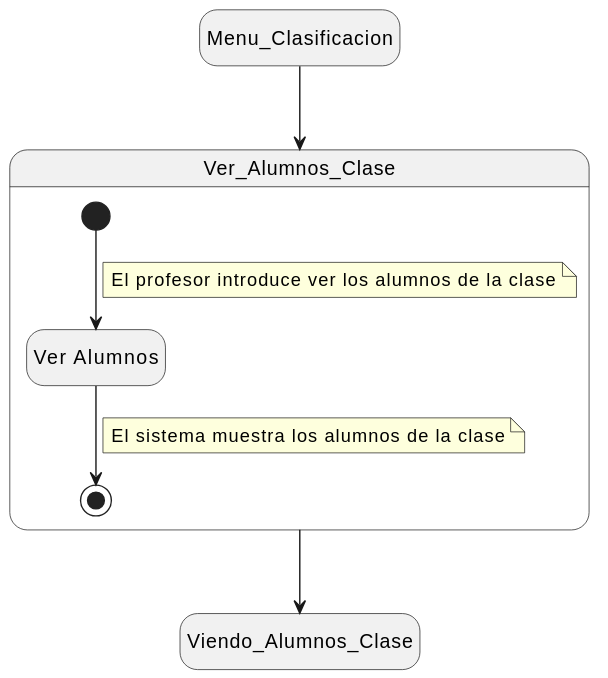
This is Documentos/Imagenes/DetallarCasosDeUso/Profesor/Ver_Alumnos_Clase.svg from mmasias/24-25-IdSw1-SDR, a PlantUML export, as it was before one commit.
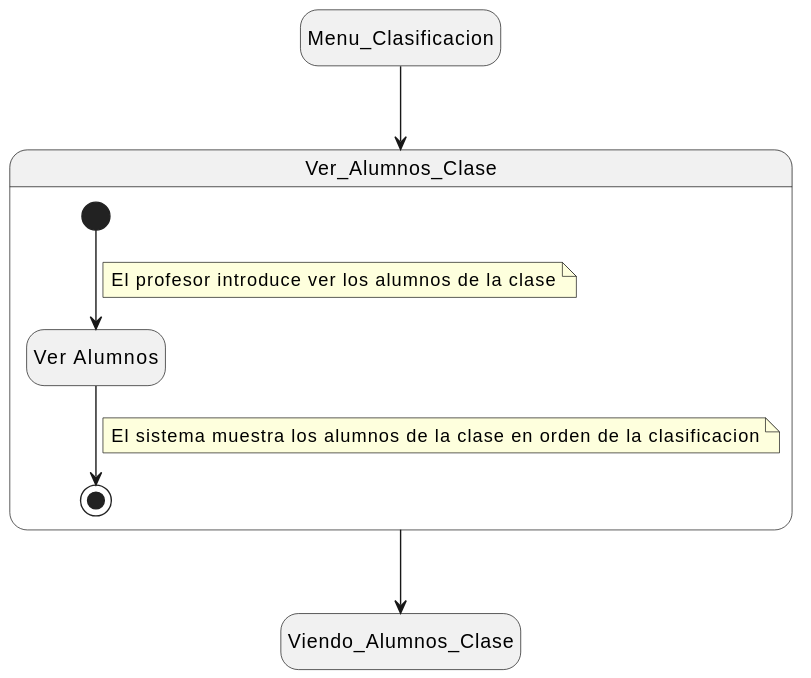
Later version of the same file.

Commit message:
Ver alumnos Clase

Change to the diagram source:
```diff
@@ -12,7 +12,7 @@
   end note
     Ver_Alumnos --> [*]
     note on link
-    El sistema muestra los alumnos de la clase
+    El sistema muestra los alumnos de la clase en orden de la clasificacion
     end note
 }
 
```
